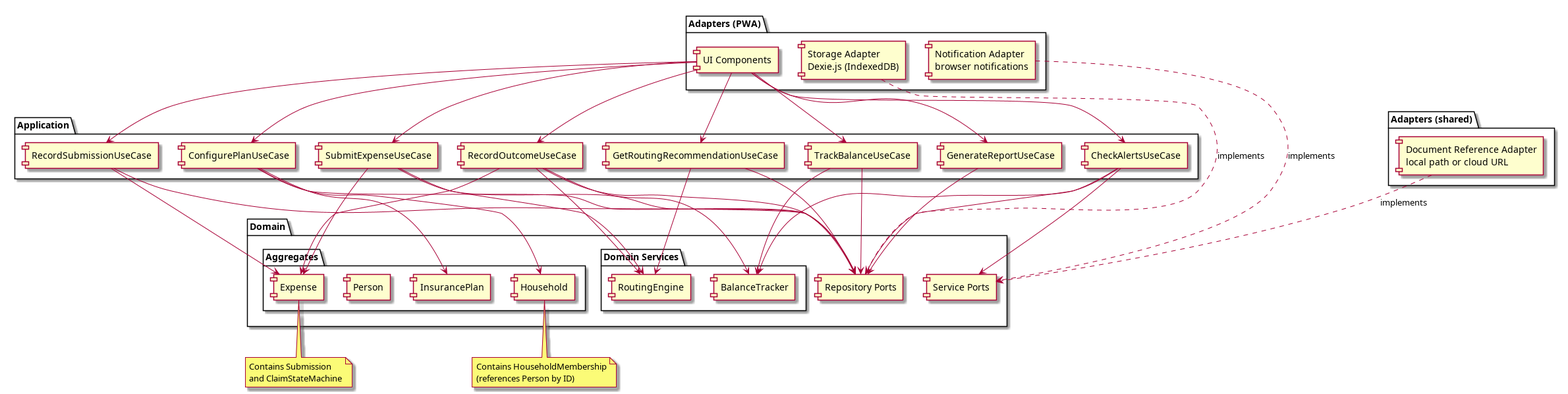
This is docs/02-solution/diagrams/components.png from hallb/coordinate, a PlantUML export, as it was before one commit.
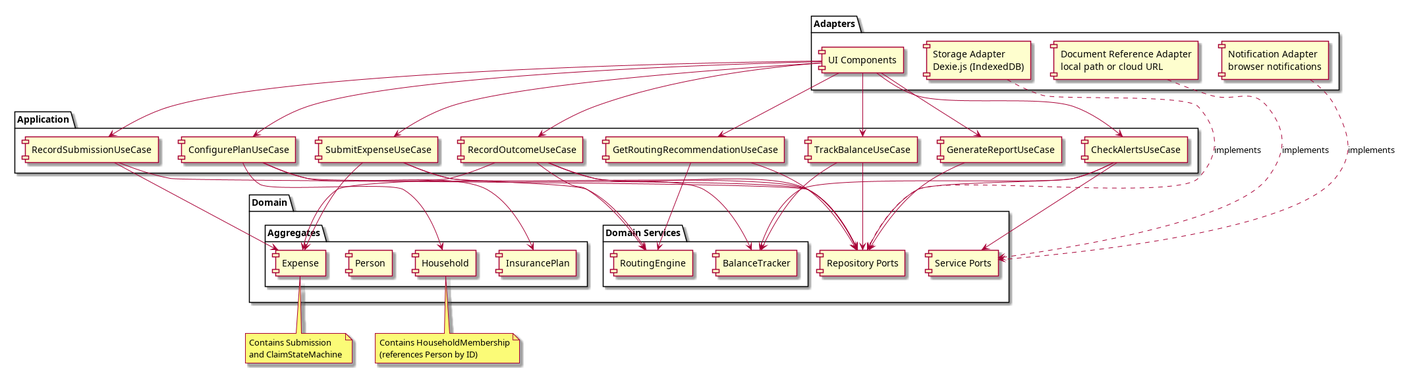
After the change.

Commit message:
Refactor architecture documentation and update diagram package structure

- Consolidated the "Adapters" package in the architecture diagram, removing the "PWA" and "shared" distinctions for clarity.
- Updated the architecture diagram asset to reflect the new structure, enhancing the overall documentation coherence.

Change to the diagram source:
```diff
@@ -1,13 +1,10 @@
 @startuml diagrams/components
 skinparam componentStyle rectangle
 
-package "Adapters (PWA)" as adaptersPwa {
+package "Adapters" as adapters {
     [UI Components]
     [Storage Adapter\nDexie.js (IndexedDB)]
     [Notification Adapter\nbrowser notifications]
-}
-
-package "Adapters (shared)" as adaptersShared {
     [Document Reference Adapter\nlocal path or cloud URL]
 }
 
```
